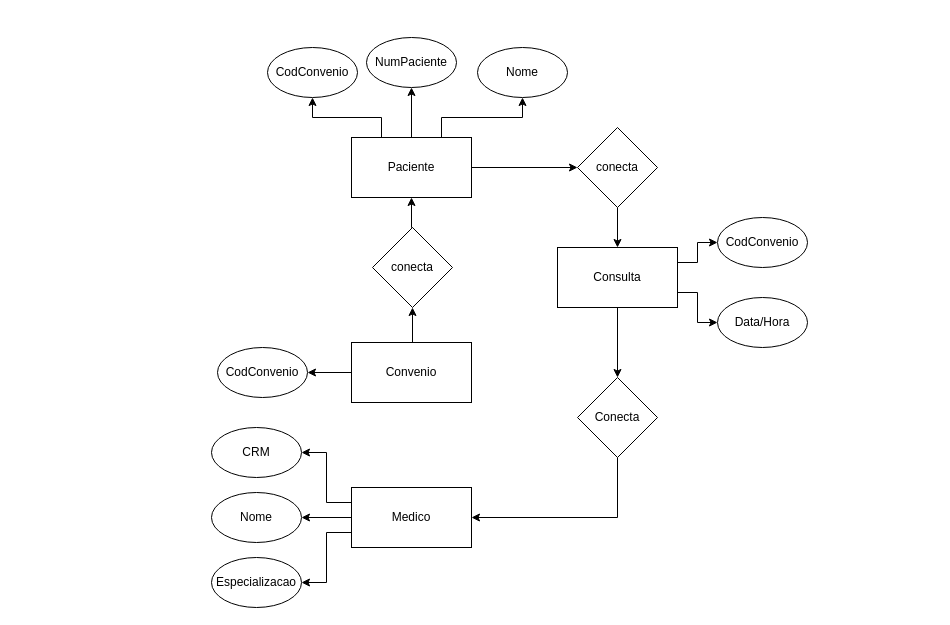
Ricettoo/Trabalhos-CCOMP keeps this draw.io diagram as Banco De Dados/atividades/medico.drawio. Above is the earlier version. Source tidied: cells renumbered, new cells numbered last; positions are measured from the earlier drawing's top-left corner, leaving out a move shared by most shapes. Both pictures are drawn from the tidied source at 100%, with x=0, y=0 at pixel (211, 37).
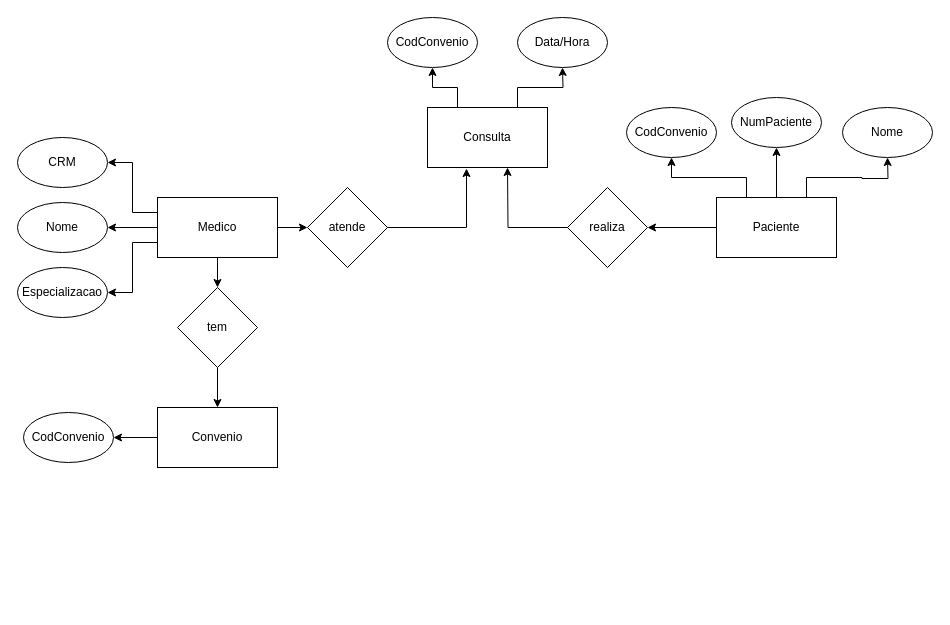
The same diagram, later.

Diff of the diagram source:
```diff
@@
-    <mxCell id="2" style="edgeStyle=orthogonalEdgeStyle;rounded=0;jettySize=auto;html=1;exitX=0.5;exitY=0;exitDx=0;exitDy=0;entryX=0.5;entryY=1;entryDx=0;entryDy=0;" parent="1" edge="1" source="4" target="27">
-      <mxGeometry relative="1" as="geometry" />
-    </mxCell>
@@
     <mxCell id="4" value="Convenio" style="rounded=0;whiteSpace=wrap;html=1;" parent="1" vertex="1">
-      <mxGeometry x="140" y="305" width="120" height="60" as="geometry" />
+      <mxGeometry x="-54" y="370" width="120" height="60" as="geometry" />
     </mxCell>
@@
-    <mxCell id="6" style="edgeStyle=orthogonalEdgeStyle;rounded=0;jettySize=auto;html=1;exitX=0.75;exitY=0;exitDx=0;exitDy=0;entryX=0.5;entryY=1;entryDx=0;entryDy=0;" parent="1" edge="1" source="9" target="20">
-      <mxGeometry relative="1" as="geometry" />
+    <mxCell id="6" style="edgeStyle=orthogonalEdgeStyle;rounded=0;jettySize=auto;html=1;exitX=0.75;exitY=0;exitDx=0;exitDy=0;entryX=0.5;entryY=1;entryDx=0;entryDy=0;" parent="1" edge="1" source="9">
+      <mxGeometry relative="1" as="geometry">
+        <mxPoint x="676" y="120" as="targetPoint" />
+      </mxGeometry>
     </mxCell>
@@
-    <mxCell id="8" style="edgeStyle=orthogonalEdgeStyle;rounded=0;jettySize=auto;html=1;exitX=1;exitY=0.5;exitDx=0;exitDy=0;entryX=0;entryY=0.5;entryDx=0;entryDy=0;" parent="1" edge="1" source="9" target="29">
-      <mxGeometry relative="1" as="geometry" />
-    </mxCell>
+    <mxCell id="33" style="edgeStyle=orthogonalEdgeStyle;rounded=0;jettySize=auto;html=1;exitX=0;exitY=0.5;exitDx=0;exitDy=0;entryX=1;entryY=0.5;entryDx=0;entryDy=0;" parent="1" edge="1" source="9" target="27">
+      <mxGeometry relative="1" as="geometry" />
+    </mxCell>
     <mxCell id="9" value="Paciente" style="rounded=0;whiteSpace=wrap;html=1;" parent="1" vertex="1">
-      <mxGeometry x="140" y="100" width="120" height="60" as="geometry" />
+      <mxGeometry x="505" y="160" width="120" height="60" as="geometry" />
     </mxCell>
@@
+    <mxCell id="34" style="edgeStyle=orthogonalEdgeStyle;rounded=0;jettySize=auto;html=1;exitX=1;exitY=0.5;exitDx=0;exitDy=0;entryX=0;entryY=0.5;entryDx=0;entryDy=0;" parent="1" edge="1" source="13" target="31">
+      <mxGeometry relative="1" as="geometry" />
+    </mxCell>
+    <mxCell id="35" style="edgeStyle=orthogonalEdgeStyle;rounded=0;jettySize=auto;html=1;exitX=0.5;exitY=1;exitDx=0;exitDy=0;entryX=0.5;entryY=0;entryDx=0;entryDy=0;" parent="1" edge="1" source="13" target="40">
+      <mxGeometry relative="1" as="geometry" />
+    </mxCell>
     <mxCell id="13" value="Medico" style="rounded=0;whiteSpace=wrap;html=1;" parent="1" vertex="1">
-      <mxGeometry x="140" y="450" width="120" height="60" as="geometry" />
+      <mxGeometry x="-54" y="160" width="120" height="60" as="geometry" />
     </mxCell>
-    <mxCell id="14" style="edgeStyle=orthogonalEdgeStyle;rounded=0;jettySize=auto;html=1;exitX=1;exitY=0.25;exitDx=0;exitDy=0;entryX=0;entryY=0.5;entryDx=0;entryDy=0;" parent="1" edge="1" source="17" target="24">
+    <mxCell id="14" style="edgeStyle=orthogonalEdgeStyle;rounded=0;jettySize=auto;html=1;exitX=0.25;exitY=0;exitDx=0;exitDy=0;entryX=0.5;entryY=1;entryDx=0;entryDy=0;" parent="1" edge="1" source="17" target="24">
       <mxGeometry relative="1" as="geometry" />
     </mxCell>
-    <mxCell id="15" style="edgeStyle=orthogonalEdgeStyle;rounded=0;jettySize=auto;html=1;exitX=1;exitY=0.75;exitDx=0;exitDy=0;entryX=0;entryY=0.5;entryDx=0;entryDy=0;" parent="1" edge="1" source="17" target="25">
-      <mxGeometry relative="1" as="geometry" />
-    </mxCell>
-    <mxCell id="16" style="edgeStyle=orthogonalEdgeStyle;rounded=0;jettySize=auto;html=1;exitX=0.5;exitY=1;exitDx=0;exitDy=0;entryX=0.5;entryY=0;entryDx=0;entryDy=0;" parent="1" edge="1" source="17" target="31">
-      <mxGeometry relative="1" as="geometry" />
-    </mxCell>
+    <mxCell id="36" style="edgeStyle=orthogonalEdgeStyle;rounded=0;jettySize=auto;html=1;exitX=0.75;exitY=0;exitDx=0;exitDy=0;entryX=0.5;entryY=1;entryDx=0;entryDy=0;" parent="1" edge="1" source="17">
+      <mxGeometry relative="1" as="geometry">
+        <mxPoint x="351" y="30" as="targetPoint" />
+      </mxGeometry>
+    </mxCell>
     <mxCell id="17" value="Consulta" style="rounded=0;whiteSpace=wrap;html=1;" parent="1" vertex="1">
-      <mxGeometry x="346" y="210" width="120" height="60" as="geometry" />
+      <mxGeometry x="216" y="70" width="120" height="60" as="geometry" />
     </mxCell>
     <mxCell id="18" value="CodConvenio" style="ellipse;whiteSpace=wrap;html=1;" parent="1" vertex="1">
-      <mxGeometry x="56" y="10" width="90" height="50" as="geometry" />
+      <mxGeometry x="415" y="70" width="90" height="50" as="geometry" />
     </mxCell>
     <mxCell id="19" value="NumPaciente" style="ellipse;whiteSpace=wrap;html=1;" parent="1" vertex="1">
-      <mxGeometry x="155" width="90" height="50" as="geometry" />
+      <mxGeometry x="520" y="60" width="90" height="50" as="geometry" />
     </mxCell>
     <mxCell id="20" value="Nome" style="ellipse;whiteSpace=wrap;html=1;" parent="1" vertex="1">
-      <mxGeometry x="266" y="10" width="90" height="50" as="geometry" />
+      <mxGeometry x="631" y="70" width="90" height="50" as="geometry" />
     </mxCell>
     <mxCell id="21" value="CRM" style="ellipse;whiteSpace=wrap;html=1;" parent="1" vertex="1">
-      <mxGeometry y="390" width="90" height="50" as="geometry" />
+      <mxGeometry x="-194" y="100" width="90" height="50" as="geometry" />
     </mxCell>
     <mxCell id="22" value="Nome" style="ellipse;whiteSpace=wrap;html=1;" parent="1" vertex="1">
-      <mxGeometry y="455" width="90" height="50" as="geometry" />
+      <mxGeometry x="-194" y="165" width="90" height="50" as="geometry" />
     </mxCell>
     <mxCell id="23" value="Especializacao" style="ellipse;whiteSpace=wrap;html=1;" parent="1" vertex="1">
-      <mxGeometry y="520" width="90" height="50" as="geometry" />
+      <mxGeometry x="-194" y="230" width="90" height="50" as="geometry" />
     </mxCell>
     <mxCell id="24" value="CodConvenio" style="ellipse;whiteSpace=wrap;html=1;" parent="1" vertex="1">
-      <mxGeometry x="506" y="180" width="90" height="50" as="geometry" />
+      <mxGeometry x="176" y="-20" width="90" height="50" as="geometry" />
     </mxCell>
     <mxCell id="25" value="Data/Hora" style="ellipse;whiteSpace=wrap;html=1;" parent="1" vertex="1">
-      <mxGeometry x="506" y="260" width="90" height="50" as="geometry" />
+      <mxGeometry x="306" y="-20" width="90" height="50" as="geometry" />
     </mxCell>
-    <mxCell id="26" style="edgeStyle=orthogonalEdgeStyle;rounded=0;jettySize=auto;html=1;exitX=0.5;exitY=0;exitDx=0;exitDy=0;entryX=0.5;entryY=1;entryDx=0;entryDy=0;" parent="1" edge="1" source="27" target="9">
-      <mxGeometry relative="1" as="geometry" />
-    </mxCell>
-    <mxCell id="27" value="conecta" style="rhombus;whiteSpace=wrap;html=1;" parent="1" vertex="1">
-      <mxGeometry x="161" y="190" width="80" height="80" as="geometry" />
+    <mxCell id="27" value="realiza" style="rhombus;whiteSpace=wrap;html=1;" parent="1" vertex="1">
+      <mxGeometry x="356" y="150" width="80" height="80" as="geometry" />
     </mxCell>
-    <mxCell id="28" style="edgeStyle=orthogonalEdgeStyle;rounded=0;jettySize=auto;html=1;exitX=0.5;exitY=1;exitDx=0;exitDy=0;entryX=0.5;entryY=0;entryDx=0;entryDy=0;" parent="1" edge="1" source="29" target="17">
-      <mxGeometry relative="1" as="geometry" />
-    </mxCell>
-    <mxCell id="29" value="conecta" style="rhombus;whiteSpace=wrap;html=1;" parent="1" vertex="1">
-      <mxGeometry x="366" y="90" width="80" height="80" as="geometry" />
-    </mxCell>
-    <mxCell id="30" style="edgeStyle=orthogonalEdgeStyle;rounded=0;jettySize=auto;html=1;exitX=0.5;exitY=1;exitDx=0;exitDy=0;entryX=1;entryY=0.5;entryDx=0;entryDy=0;" parent="1" edge="1" source="31" target="13">
-      <mxGeometry relative="1" as="geometry" />
-    </mxCell>
-    <mxCell id="31" value="Conecta" style="rhombus;whiteSpace=wrap;html=1;" parent="1" vertex="1">
-      <mxGeometry x="366" y="340" width="80" height="80" as="geometry" />
+    <mxCell id="31" value="atende" style="rhombus;whiteSpace=wrap;html=1;" parent="1" vertex="1">
+      <mxGeometry x="96" y="150" width="80" height="80" as="geometry" />
     </mxCell>
     <mxCell id="32" value="CodConvenio" style="ellipse;whiteSpace=wrap;html=1;" parent="1" vertex="1">
-      <mxGeometry x="6" y="310" width="90" height="50" as="geometry" />
+      <mxGeometry x="-188" y="375" width="90" height="50" as="geometry" />
     </mxCell>
+    <mxCell id="37" style="edgeStyle=orthogonalEdgeStyle;rounded=0;jettySize=auto;html=1;exitX=0;exitY=0.5;exitDx=0;exitDy=0;" parent="1" edge="1" source="27">
+      <mxGeometry relative="1" as="geometry">
+        <mxPoint x="296" y="130" as="targetPoint" />
+      </mxGeometry>
+    </mxCell>
+    <mxCell id="38" style="edgeStyle=orthogonalEdgeStyle;rounded=0;jettySize=auto;html=1;exitX=1;exitY=0.5;exitDx=0;exitDy=0;entryX=0.325;entryY=1.017;entryDx=0;entryDy=0;entryPerimeter=0;" parent="1" edge="1" source="31" target="17">
+      <mxGeometry relative="1" as="geometry" />
+    </mxCell>
+    <mxCell id="39" style="edgeStyle=orthogonalEdgeStyle;rounded=0;jettySize=auto;html=1;exitX=0.5;exitY=1;exitDx=0;exitDy=0;" parent="1" edge="1" source="40" target="4">
+      <mxGeometry relative="1" as="geometry" />
+    </mxCell>
+    <mxCell id="40" value="tem" style="rhombus;whiteSpace=wrap;html=1;" parent="1" vertex="1">
+      <mxGeometry x="-34" y="250" width="80" height="80" as="geometry" />
+    </mxCell>
```
